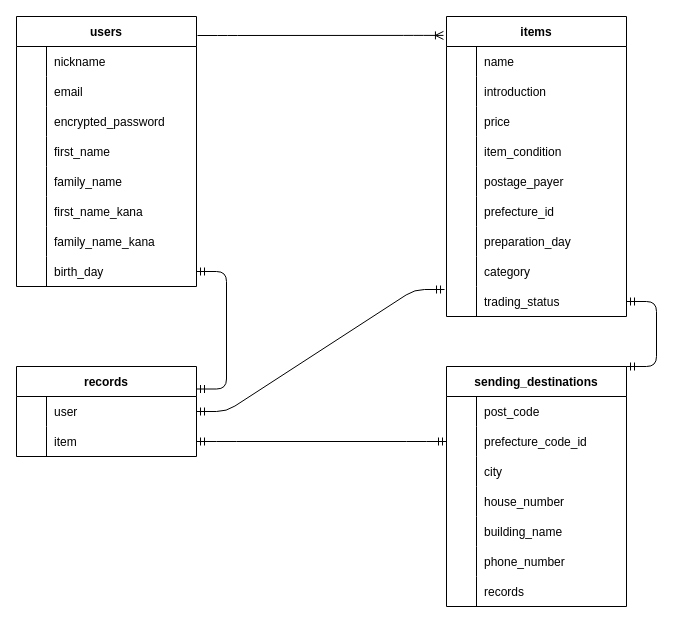
This is ER.dio from KOHKI-24/furima-31480, a draw.io file, before an edit. Source tidied: cells renumbered, new cells numbered last; positions are measured from the earlier drawing's top-left corner, leaving out a move shared by most shapes. Both pictures are drawn from the tidied source at 100%, with x=0, y=0 at pixel (16, 16).
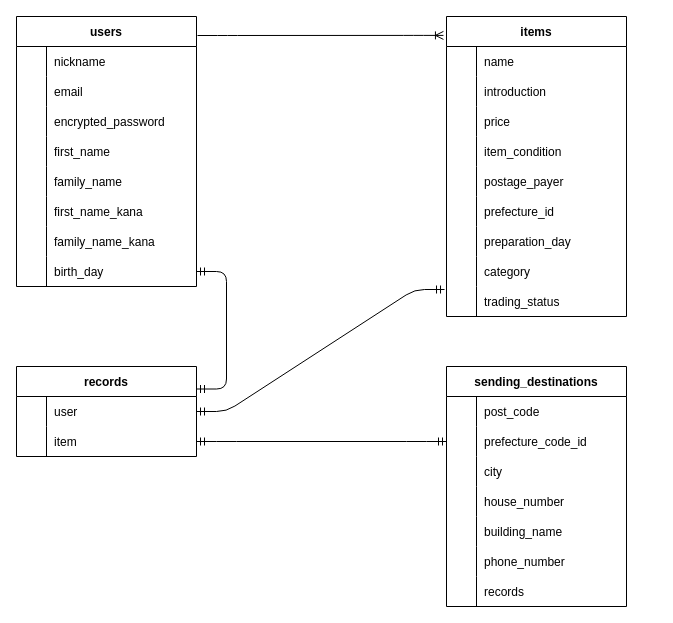
Above is the later version.

The change refers to these unchanged cells:
```xml
<mxCell id="27" value="sending_destinations" style="shape=table;startSize=30;childLayout=tableLayout;rowLines=0;fontStyle=1;align=center;" parent="1" vertex="1">
  <mxGeometry x="430" y="350" width="180" height="240" as="geometry" />
</mxCell>
<mxCell id="74" style="shape=partialRectangle;fillColor=none;top=0;left=0;bottom=0;right=0;points=[[0,0.5],[1,0.5]];portConstraint=eastwest;" parent="49" vertex="1">
  <mxGeometry y="270" width="180" height="30" as="geometry" />
</mxCell>
```

Change to the diagram source:
```diff
@@
-    <mxCell id="85" style="edgeStyle=entityRelationEdgeStyle;fontSize=12;html=1;endArrow=ERmandOne;startArrow=ERmandOne;exitX=1;exitY=0;exitDx=0;exitDy=0;entryX=1;entryY=0.5;entryDx=0;entryDy=0;" parent="1" edge="1" source="27" target="74">
-      <mxGeometry relative="1" as="geometry" />
-    </mxCell>
```
